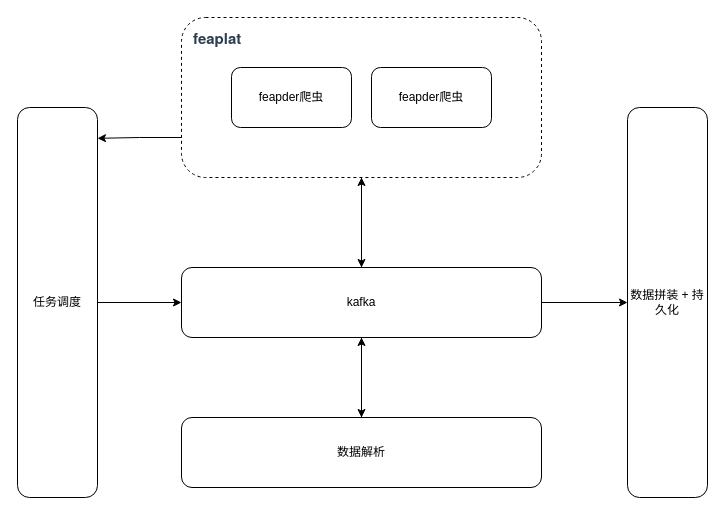
Before: 爬虫架构图.drawio in seehar/draw, a draw.io diagram. Source tidied: cells renumbered, new cells numbered last; positions are measured from the earlier drawing's top-left corner, leaving out a move shared by most shapes. Both pictures are drawn from the tidied source at 100%, with x=0, y=0 at pixel (17, 17).
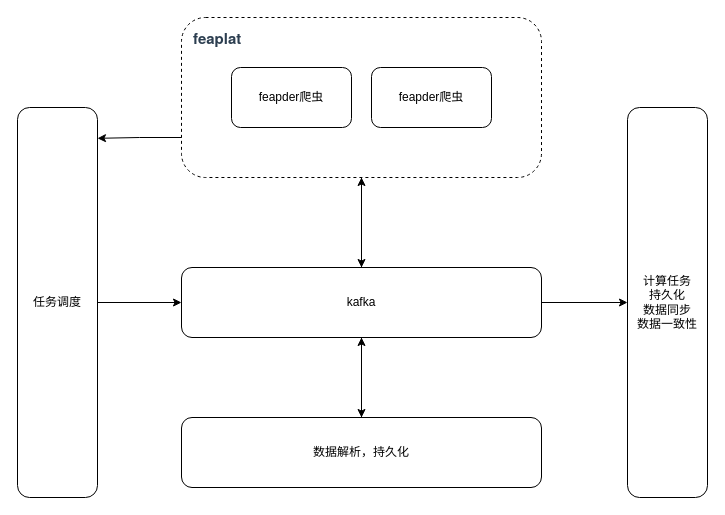
Above is the later version.

Commit message:
Update 爬虫架构图.drawio

The edit, as a diff of the source:
```diff
@@
 <mxGraphModel>
   <root>
     <mxCell id="0" />
     <mxCell id="1" parent="0" />
     <mxCell id="2" style="edgeStyle=orthogonalEdgeStyle;rounded=0;jettySize=auto;html=1;" parent="1" edge="1" source="4">
       <mxGeometry relative="1" as="geometry">
         <mxPoint x="344" y="250" as="targetPoint" />
       </mxGeometry>
     </mxCell>
     <mxCell id="3" style="edgeStyle=orthogonalEdgeStyle;rounded=0;jettySize=auto;html=1;exitX=0;exitY=0.75;exitDx=0;exitDy=0;entryX=1;entryY=0.079;entryDx=0;entryDy=0;entryPerimeter=0;" parent="1" edge="1" source="4" target="12">
       <mxGeometry relative="1" as="geometry" />
     </mxCell>
     <mxCell id="4" value="&lt;span style=&quot;box-sizing: border-box ; color: rgb(44 , 62 , 80) ; font-weight: 600 ; font-family: &amp;quot;source sans pro&amp;quot; , &amp;quot;helvetica neue&amp;quot; , &amp;quot;arial&amp;quot; , sans-serif ; font-size: 15px ; word-spacing: 0.8px ; background-color: rgb(255 , 255 , 255)&quot;&gt;feaplat&lt;/span&gt;" style="rounded=1;whiteSpace=wrap;html=1;dashed=1;align=left;verticalAlign=top;labelPosition=center;verticalLabelPosition=middle;spacingTop=5;spacingLeft=10;" parent="1" vertex="1">
       <mxGeometry x="164" width="360" height="160" as="geometry" />
     </mxCell>
     <mxCell id="5" value="feapder爬虫" style="rounded=1;whiteSpace=wrap;html=1;" parent="1" vertex="1">
       <mxGeometry x="214" y="50" width="120" height="60" as="geometry" />
     </mxCell>
     <mxCell id="6" value="feapder爬虫" style="rounded=1;whiteSpace=wrap;html=1;" parent="1" vertex="1">
       <mxGeometry x="354" y="50" width="120" height="60" as="geometry" />
     </mxCell>
     <mxCell id="7" style="edgeStyle=orthogonalEdgeStyle;rounded=0;jettySize=auto;html=1;entryX=0.5;entryY=1;entryDx=0;entryDy=0;" parent="1" edge="1" source="10" target="4">
       <mxGeometry relative="1" as="geometry">
         <Array as="points">
           <mxPoint x="344" y="210" />
           <mxPoint x="344" y="210" />
         </Array>
       </mxGeometry>
     </mxCell>
     <mxCell id="8" style="edgeStyle=orthogonalEdgeStyle;rounded=0;jettySize=auto;html=1;entryX=0.5;entryY=0;entryDx=0;entryDy=0;" parent="1" edge="1" source="10" target="14">
       <mxGeometry relative="1" as="geometry" />
     </mxCell>
     <mxCell id="9" style="edgeStyle=orthogonalEdgeStyle;rounded=0;jettySize=auto;html=1;exitX=1;exitY=0.5;exitDx=0;exitDy=0;entryX=0;entryY=0.5;entryDx=0;entryDy=0;" parent="1" edge="1" source="10" target="15">
       <mxGeometry relative="1" as="geometry" />
     </mxCell>
     <mxCell id="10" value="kafka" style="rounded=1;whiteSpace=wrap;html=1;" parent="1" vertex="1">
       <mxGeometry x="164" y="250" width="360" height="70" as="geometry" />
     </mxCell>
     <mxCell id="11" style="edgeStyle=orthogonalEdgeStyle;rounded=0;jettySize=auto;html=1;entryX=0;entryY=0.5;entryDx=0;entryDy=0;" parent="1" edge="1" source="12" target="10">
       <mxGeometry relative="1" as="geometry" />
     </mxCell>
     <mxCell id="12" value="任务调度" style="rounded=1;whiteSpace=wrap;html=1;" parent="1" vertex="1">
       <mxGeometry y="90" width="80" height="390" as="geometry" />
     </mxCell>
     <mxCell id="13" style="edgeStyle=orthogonalEdgeStyle;rounded=0;jettySize=auto;html=1;entryX=0.5;entryY=1;entryDx=0;entryDy=0;" parent="1" edge="1" source="14" target="10">
       <mxGeometry relative="1" as="geometry">
         <Array as="points">
           <mxPoint x="344" y="350" />
           <mxPoint x="344" y="350" />
         </Array>
       </mxGeometry>
     </mxCell>
-    <mxCell id="14" value="数据解析" style="rounded=1;whiteSpace=wrap;html=1;" parent="1" vertex="1">
+    <mxCell id="14" value="数据解析，持久化" style="rounded=1;whiteSpace=wrap;html=1;" parent="1" vertex="1">
       <mxGeometry x="164" y="400" width="360" height="70" as="geometry" />
     </mxCell>
-    <mxCell id="15" value="数据拼装 + 持久化" style="rounded=1;whiteSpace=wrap;html=1;" parent="1" vertex="1">
+    <mxCell id="15" value="计算任务&lt;br&gt;持久化&lt;br&gt;数据同步&lt;br&gt;数据一致性" style="rounded=1;whiteSpace=wrap;html=1;" parent="1" vertex="1">
       <mxGeometry x="610" y="90" width="80" height="390" as="geometry" />
     </mxCell>
   </root>
 </mxGraphModel>
```
